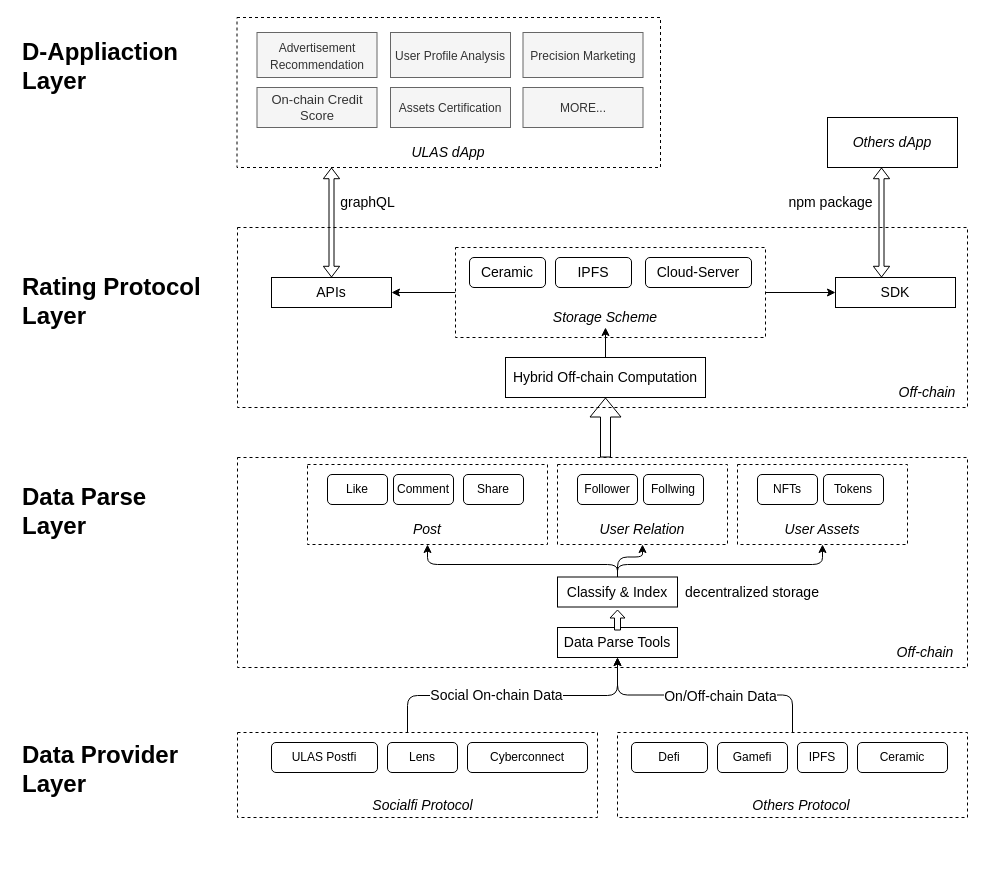
The draw.io diagram Social Graph Quality Analysis.drawio in ulasnetwork/ulas-diagram, before the edit. Source tidied: cells renumbered, new cells numbered last; positions are measured from the earlier drawing's top-left corner, leaving out a move shared by most shapes. Both pictures are drawn from the tidied source at 100%, with x=0, y=0 at pixel (17, 17).
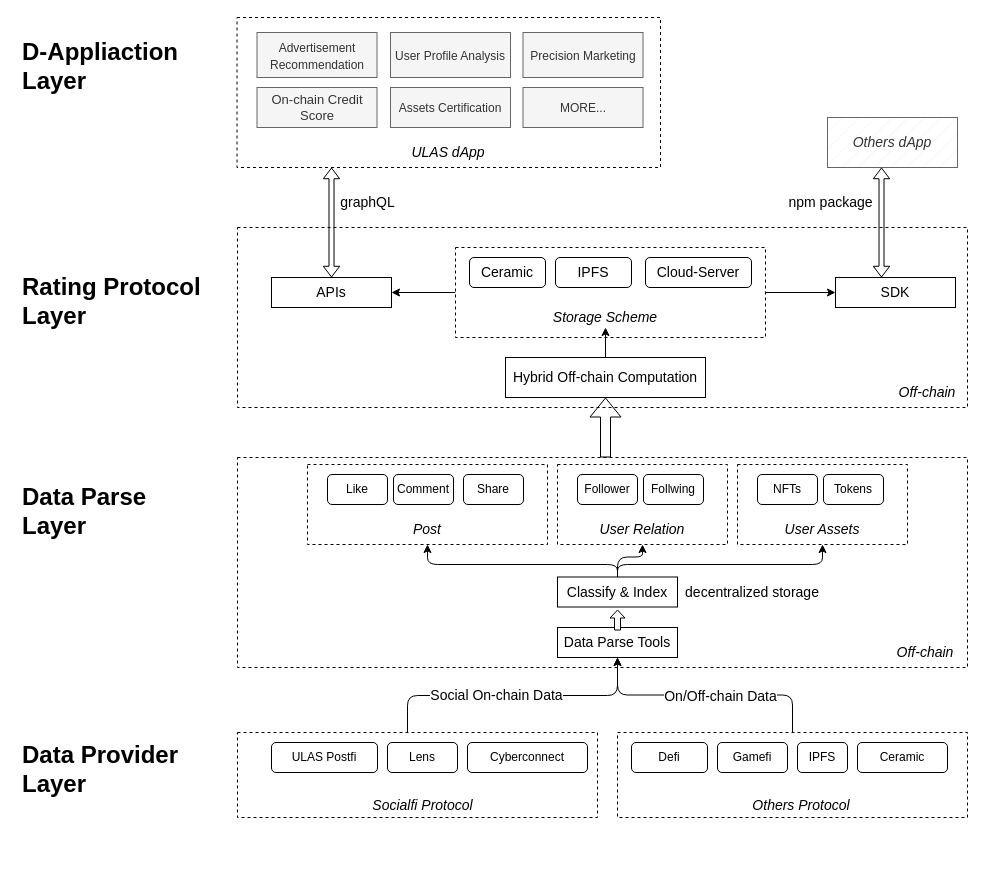
Above is the later version.

Change to the diagram source:
```diff
@@
-    <mxCell id="68" value="&lt;i style=&quot;font-size: 14px;&quot;&gt;Others dApp&lt;/i&gt;" style="rounded=0;whiteSpace=wrap;html=1;fillStyle=hatch;fontSize=12;" parent="1" vertex="1">
+    <mxCell id="68" value="&lt;i style=&quot;font-size: 14px;&quot;&gt;Others dApp&lt;/i&gt;" style="rounded=0;whiteSpace=wrap;html=1;fillStyle=hatch;fontSize=12;fillColor=#f5f5f5;fontColor=#333333;strokeColor=#666666;" parent="1" vertex="1">
       <mxGeometry x="810" y="100" width="130" height="50" as="geometry" />
     </mxCell>
```
